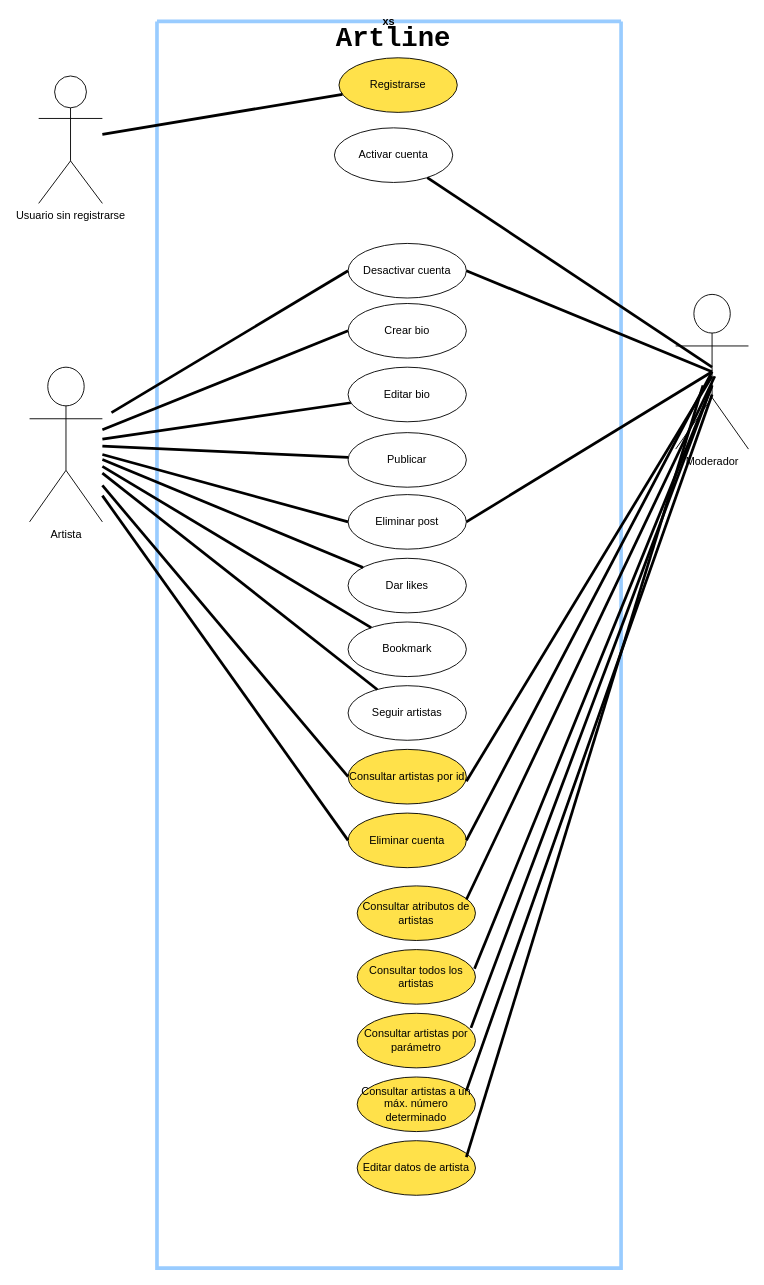
Before: Casos_de_Uso.drawio in luismtapia/Artline-API, a draw.io diagram. Source tidied: cells renumbered, new cells numbered last; positions are measured from the earlier drawing's top-left corner, leaving out a move shared by most shapes. Both pictures are drawn from the tidied source at 91%, with x=0, y=0 at pixel (29, 21).
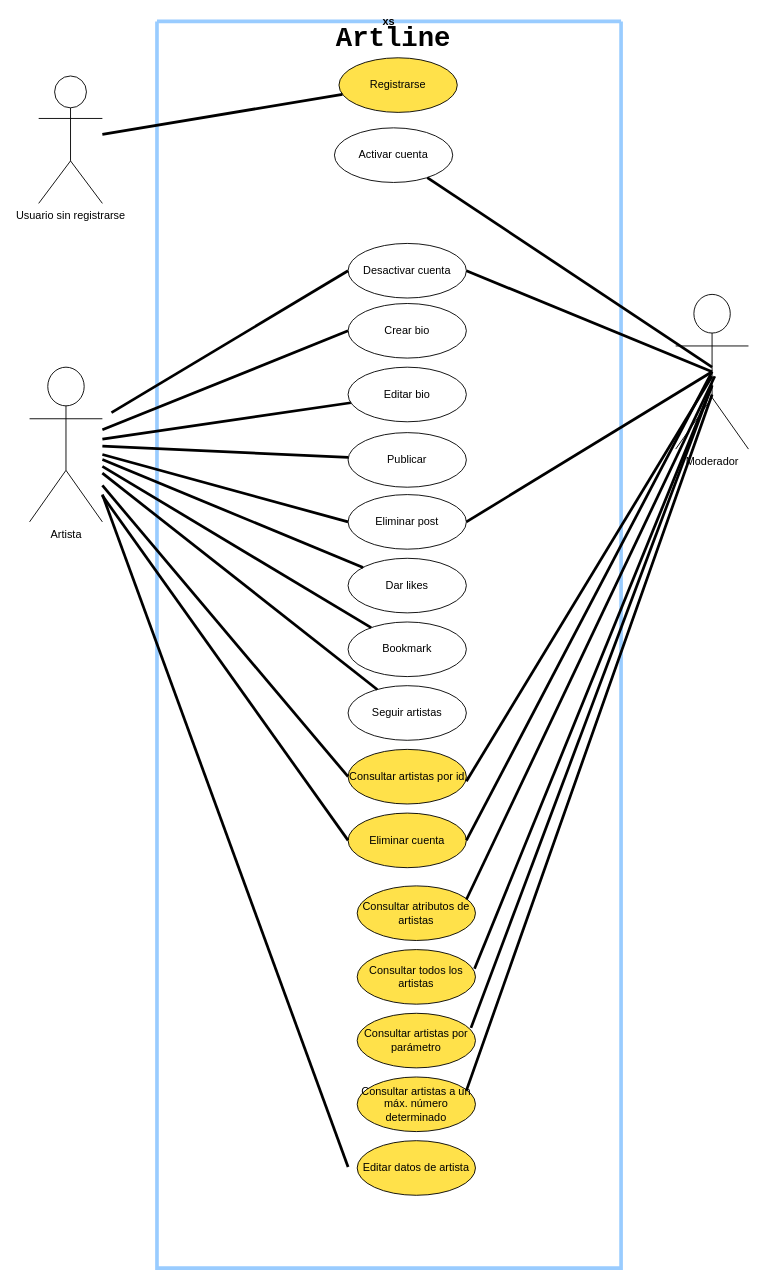
Above is the later version.

Commit message:
Actualización de casos de uso

Change to the diagram source:
```diff
@@
-    <mxCell id="43" style="rounded=0;orthogonalLoop=1;jettySize=auto;html=1;endArrow=none;endFill=0;strokeWidth=3;" parent="1" edge="1">
-      <mxGeometry relative="1" as="geometry">
-        <mxPoint x="480" y="1248" as="sourcePoint" />
-        <mxPoint x="740" y="400" as="targetPoint" />
-      </mxGeometry>
-    </mxCell>
@@
+    <mxCell id="45" style="rounded=0;orthogonalLoop=1;jettySize=auto;html=1;endArrow=none;endFill=0;strokeWidth=3;" parent="1" edge="1">
+      <mxGeometry relative="1" as="geometry">
+        <mxPoint x="350" y="1258.9" as="sourcePoint" />
+        <mxPoint x="80" y="520" as="targetPoint" />
+      </mxGeometry>
+    </mxCell>
```
